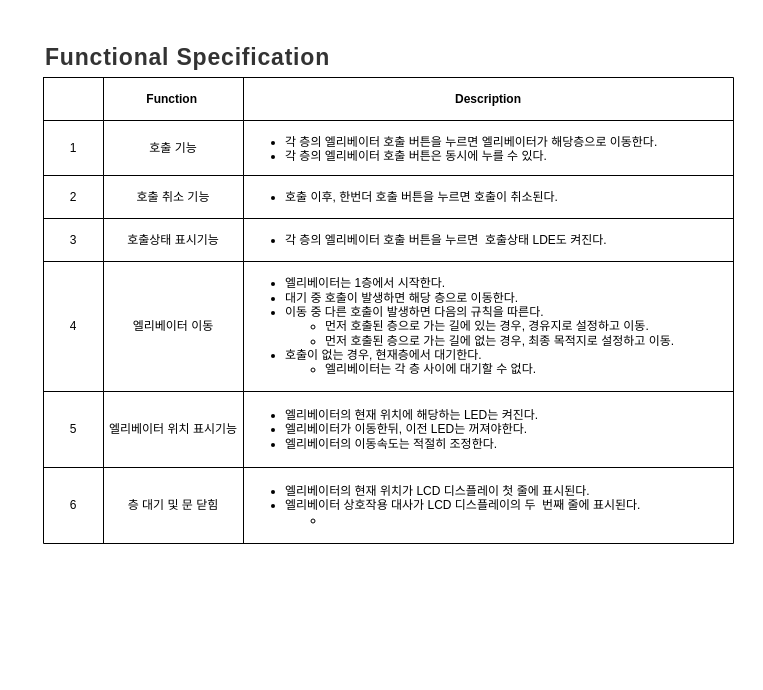
Above: elevatorOneDay.drawio in JangHyeongJun-0523/IoT_Project (draw.io), before the change. Source tidied: cells renumbered, new cells numbered last; positions are measured from the earlier drawing's top-left corner, leaving out a move shared by most shapes. Both pictures are drawn from the tidied source at 100%, with x=0, y=0 at pixel (43, 37).
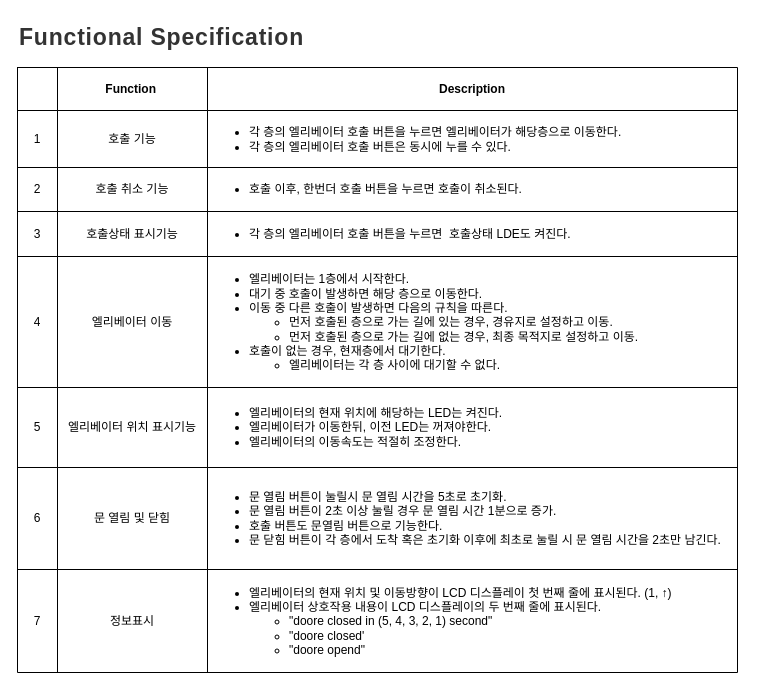
The same diagram, later.

What changed in the source:
```diff
@@
     <mxCell id="2" style="shape=table;startSize=0;childLayout=tableLayout;" parent="1" vertex="1">
-      <mxGeometry y="40" width="690" height="466" as="geometry" />
+      <mxGeometry x="-26" y="30" width="720" height="605" as="geometry" />
     </mxCell>
     <mxCell id="3" style="shape=tableRow;horizontal=0;startSize=0;swimlaneHead=0;swimlaneBody=0;strokeColor=inherit;top=0;left=0;bottom=0;right=0;fillColor=none;" parent="2" vertex="1">
-      <mxGeometry width="690" height="43" as="geometry" />
+      <mxGeometry width="720" height="43" as="geometry" />
     </mxCell>
     <mxCell id="4" style="shape=partialRectangle;html=1;whiteSpace=wrap;strokeColor=inherit;overflow=hidden;fillColor=none;top=0;left=0;bottom=0;right=0;" parent="3" vertex="1">
-      <mxGeometry width="60" height="43" as="geometry" />
+      <mxGeometry width="40" height="43" as="geometry" />
     </mxCell>
     <mxCell id="5" value="&lt;b&gt;Function&lt;span style=&quot;white-space: pre;&quot;&gt;&#9;&lt;/span&gt;&lt;/b&gt;" style="shape=partialRectangle;html=1;whiteSpace=wrap;strokeColor=inherit;overflow=hidden;fillColor=none;top=0;left=0;bottom=0;right=0;" parent="3" vertex="1">
-      <mxGeometry x="60" width="140" height="43" as="geometry" />
+      <mxGeometry x="40" width="150" height="43" as="geometry" />
     </mxCell>
     <mxCell id="6" value="Description" style="shape=partialRectangle;html=1;whiteSpace=wrap;strokeColor=inherit;overflow=hidden;fillColor=none;top=0;left=0;bottom=0;right=0;fontStyle=1;" parent="3" vertex="1">
-      <mxGeometry x="200" width="490" height="43" as="geometry" />
+      <mxGeometry x="190" width="530" height="43" as="geometry" />
     </mxCell>
     <mxCell id="7" style="shape=tableRow;horizontal=0;startSize=0;swimlaneHead=0;swimlaneBody=0;strokeColor=inherit;top=0;left=0;bottom=0;right=0;fillColor=none;" parent="2" vertex="1">
-      <mxGeometry y="43" width="690" height="55" as="geometry" />
+      <mxGeometry y="43" width="720" height="57" as="geometry" />
     </mxCell>
     <mxCell id="8" value="1" style="shape=partialRectangle;html=1;whiteSpace=wrap;strokeColor=inherit;overflow=hidden;fillColor=none;top=0;left=0;bottom=0;right=0;" parent="7" vertex="1">
-      <mxGeometry width="60" height="55" as="geometry" />
+      <mxGeometry width="40" height="57" as="geometry" />
     </mxCell>
     <mxCell id="9" value="호출 기능" style="shape=partialRectangle;html=1;whiteSpace=wrap;strokeColor=inherit;overflow=hidden;fillColor=none;top=0;left=0;bottom=0;right=0;" parent="7" vertex="1">
-      <mxGeometry x="60" width="140" height="55" as="geometry" />
+      <mxGeometry x="40" width="150" height="57" as="geometry" />
     </mxCell>
     <mxCell id="10" value="&lt;ul&gt;&lt;li&gt;각 층의 엘리베이터 호출 버튼을 누르면 엘리베이터가 해당층으로 이동한다.&lt;/li&gt;&lt;li&gt;각 층의 엘리베이터 호출 버튼은 동시에 누를 수 있다.&lt;/li&gt;&lt;/ul&gt;" style="shape=partialRectangle;html=1;whiteSpace=wrap;strokeColor=inherit;overflow=hidden;fillColor=none;top=0;left=0;bottom=0;right=0;align=left;" parent="7" vertex="1">
-      <mxGeometry x="200" width="490" height="55" as="geometry" />
+      <mxGeometry x="190" width="530" height="57" as="geometry" />
     </mxCell>
     <mxCell id="11" style="shape=tableRow;horizontal=0;startSize=0;swimlaneHead=0;swimlaneBody=0;strokeColor=inherit;top=0;left=0;bottom=0;right=0;fillColor=none;" parent="2" vertex="1">
-      <mxGeometry y="98" width="690" height="43" as="geometry" />
+      <mxGeometry y="100" width="720" height="44" as="geometry" />
     </mxCell>
     <mxCell id="12" value="2" style="shape=partialRectangle;html=1;whiteSpace=wrap;strokeColor=inherit;overflow=hidden;fillColor=none;top=0;left=0;bottom=0;right=0;" parent="11" vertex="1">
-      <mxGeometry width="60" height="43" as="geometry" />
+      <mxGeometry width="40" height="44" as="geometry" />
     </mxCell>
     <mxCell id="13" value="호출 취소 기능" style="shape=partialRectangle;html=1;whiteSpace=wrap;strokeColor=inherit;overflow=hidden;fillColor=none;top=0;left=0;bottom=0;right=0;" parent="11" vertex="1">
-      <mxGeometry x="60" width="140" height="43" as="geometry" />
+      <mxGeometry x="40" width="150" height="44" as="geometry" />
     </mxCell>
     <mxCell id="14" value="&lt;ul&gt;&lt;li&gt;호출 이후, 한번더 호출 버튼을 누르면 호출이 취소된다.&lt;/li&gt;&lt;/ul&gt;" style="shape=partialRectangle;html=1;whiteSpace=wrap;strokeColor=inherit;overflow=hidden;fillColor=none;top=0;left=0;bottom=0;right=0;align=left;" parent="11" vertex="1">
-      <mxGeometry x="200" width="490" height="43" as="geometry" />
+      <mxGeometry x="190" width="530" height="44" as="geometry" />
     </mxCell>
     <mxCell id="15" style="shape=tableRow;horizontal=0;startSize=0;swimlaneHead=0;swimlaneBody=0;strokeColor=inherit;top=0;left=0;bottom=0;right=0;fillColor=none;" parent="2" vertex="1">
-      <mxGeometry y="141" width="690" height="43" as="geometry" />
+      <mxGeometry y="144" width="720" height="45" as="geometry" />
     </mxCell>
     <mxCell id="16" value="3" style="shape=partialRectangle;html=1;whiteSpace=wrap;strokeColor=inherit;overflow=hidden;fillColor=none;top=0;left=0;bottom=0;right=0;" parent="15" vertex="1">
-      <mxGeometry width="60" height="43" as="geometry" />
+      <mxGeometry width="40" height="45" as="geometry" />
     </mxCell>
     <mxCell id="17" value="호출상태 표시기능" style="shape=partialRectangle;html=1;whiteSpace=wrap;strokeColor=inherit;overflow=hidden;fillColor=none;top=0;left=0;bottom=0;right=0;" parent="15" vertex="1">
-      <mxGeometry x="60" width="140" height="43" as="geometry" />
+      <mxGeometry x="40" width="150" height="45" as="geometry" />
     </mxCell>
     <mxCell id="18" value="&lt;ul&gt;&lt;li&gt;각 층의 엘리베이터 호출 버튼을 누르면&amp;nbsp; 호출상태 LDE도 켜진다.&lt;/li&gt;&lt;/ul&gt;" style="shape=partialRectangle;html=1;whiteSpace=wrap;strokeColor=inherit;overflow=hidden;fillColor=none;top=0;left=0;bottom=0;right=0;align=left;" parent="15" vertex="1">
-      <mxGeometry x="200" width="490" height="43" as="geometry" />
+      <mxGeometry x="190" width="530" height="45" as="geometry" />
     </mxCell>
     <mxCell id="19" style="shape=tableRow;horizontal=0;startSize=0;swimlaneHead=0;swimlaneBody=0;strokeColor=inherit;top=0;left=0;bottom=0;right=0;fillColor=none;" parent="2" vertex="1">
-      <mxGeometry y="184" width="690" height="130" as="geometry" />
+      <mxGeometry y="189" width="720" height="131" as="geometry" />
     </mxCell>
     <mxCell id="20" value="4" style="shape=partialRectangle;html=1;whiteSpace=wrap;strokeColor=inherit;overflow=hidden;fillColor=none;top=0;left=0;bottom=0;right=0;" parent="19" vertex="1">
-      <mxGeometry width="60" height="130" as="geometry" />
+      <mxGeometry width="40" height="131" as="geometry" />
     </mxCell>
     <mxCell id="21" value="엘리베이터 이동" style="shape=partialRectangle;html=1;whiteSpace=wrap;strokeColor=inherit;overflow=hidden;fillColor=none;top=0;left=0;bottom=0;right=0;" parent="19" vertex="1">
-      <mxGeometry x="60" width="140" height="130" as="geometry" />
+      <mxGeometry x="40" width="150" height="131" as="geometry" />
     </mxCell>
     <mxCell id="22" value="&lt;ul&gt;&lt;li&gt;엘리베이터는 1층에서 시작한다.&lt;/li&gt;&lt;li&gt;대기 중 호출이 발생하면 해당 층으로 이동한다.&lt;/li&gt;&lt;li&gt;이동 중 다른 호출이 발생하면 다음의 규칙을 따른다.&lt;/li&gt;&lt;ul&gt;&lt;li&gt;먼저 호출된 층으로 가는 길에 있는 경우, 경유지로 설정하고 이동.&lt;/li&gt;&lt;li&gt;먼저 호출된 층으로 가는 길에 없는 경우, 최종 목적지로 설정하고 이동.&lt;/li&gt;&lt;/ul&gt;&lt;li&gt;호출이 없는 경우, 현재층에서 대기한다.&lt;/li&gt;&lt;ul&gt;&lt;li&gt;엘리베이터는 각 층 사이에 대기할 수 없다.&lt;/li&gt;&lt;/ul&gt;&lt;/ul&gt;" style="shape=partialRectangle;html=1;whiteSpace=wrap;strokeColor=inherit;overflow=hidden;fillColor=none;top=0;left=0;bottom=0;right=0;align=left;" parent="19" vertex="1">
-      <mxGeometry x="200" width="490" height="130" as="geometry" />
+      <mxGeometry x="190" width="530" height="131" as="geometry" />
     </mxCell>
     <mxCell id="23" style="shape=tableRow;horizontal=0;startSize=0;swimlaneHead=0;swimlaneBody=0;strokeColor=inherit;top=0;left=0;bottom=0;right=0;fillColor=none;" parent="2" vertex="1">
-      <mxGeometry y="314" width="690" height="76" as="geometry" />
+      <mxGeometry y="320" width="720" height="80" as="geometry" />
     </mxCell>
     <mxCell id="24" value="5" style="shape=partialRectangle;html=1;whiteSpace=wrap;strokeColor=inherit;overflow=hidden;fillColor=none;top=0;left=0;bottom=0;right=0;" parent="23" vertex="1">
-      <mxGeometry width="60" height="76" as="geometry" />
+      <mxGeometry width="40" height="80" as="geometry" />
     </mxCell>
     <mxCell id="25" value="엘리베이터 위치 표시기능" style="shape=partialRectangle;html=1;whiteSpace=wrap;strokeColor=inherit;overflow=hidden;fillColor=none;top=0;left=0;bottom=0;right=0;" parent="23" vertex="1">
-      <mxGeometry x="60" width="140" height="76" as="geometry" />
+      <mxGeometry x="40" width="150" height="80" as="geometry" />
     </mxCell>
     <mxCell id="26" value="&lt;ul&gt;&lt;li&gt;엘리베이터의 현재 위치에 해당하는 LED는 켜진다.&lt;/li&gt;&lt;li&gt;엘리베이터가 이동한뒤, 이전 LED는 꺼져야한다.&lt;/li&gt;&lt;li&gt;엘리베이터의 이동속도는 적절히 조정한다.&lt;br&gt;&lt;/li&gt;&lt;/ul&gt;" style="shape=partialRectangle;html=1;whiteSpace=wrap;strokeColor=inherit;overflow=hidden;fillColor=none;top=0;left=0;bottom=0;right=0;align=left;" parent="23" vertex="1">
-      <mxGeometry x="200" width="490" height="76" as="geometry" />
+      <mxGeometry x="190" width="530" height="80" as="geometry" />
     </mxCell>
+    <mxCell id="32" style="shape=tableRow;horizontal=0;startSize=0;swimlaneHead=0;swimlaneBody=0;strokeColor=inherit;top=0;left=0;bottom=0;right=0;fillColor=none;" parent="2" vertex="1">
+      <mxGeometry y="400" width="720" height="102" as="geometry" />
+    </mxCell>
+    <mxCell id="33" value="6" style="shape=partialRectangle;html=1;whiteSpace=wrap;strokeColor=inherit;overflow=hidden;fillColor=none;top=0;left=0;bottom=0;right=0;" parent="32" vertex="1">
+      <mxGeometry width="40" height="102" as="geometry" />
+    </mxCell>
+    <mxCell id="34" value="문 열림 및 닫힘" style="shape=partialRectangle;html=1;whiteSpace=wrap;strokeColor=inherit;overflow=hidden;fillColor=none;top=0;left=0;bottom=0;right=0;" parent="32" vertex="1">
+      <mxGeometry x="40" width="150" height="102" as="geometry" />
+    </mxCell>
+    <mxCell id="35" value="&lt;ul&gt;&lt;li&gt;문 열림 버튼이 눌릴시 문 열림 시간을 5초로 초기화.&lt;/li&gt;&lt;li&gt;문 열림 버튼이 2초 이상 눌릴 경우 문 열림 시간 1분으로 증가.&lt;/li&gt;&lt;li&gt;호출 버튼도 문열림 버튼으로 기능한다.&lt;/li&gt;&lt;li&gt;문 닫힘 버튼이 각 층에서 도착 혹은 초기화 이후에 최초로 눌릴 시 문 열림 시간을 2초만 남긴다.&amp;nbsp;&lt;/li&gt;&lt;/ul&gt;" style="shape=partialRectangle;html=1;whiteSpace=wrap;strokeColor=inherit;overflow=hidden;fillColor=none;top=0;left=0;bottom=0;right=0;align=left;" parent="32" vertex="1">
+      <mxGeometry x="190" width="530" height="102" as="geometry" />
+    </mxCell>
     <mxCell id="27" style="shape=tableRow;horizontal=0;startSize=0;swimlaneHead=0;swimlaneBody=0;strokeColor=inherit;top=0;left=0;bottom=0;right=0;fillColor=none;" parent="2" vertex="1">
-      <mxGeometry y="390" width="690" height="76" as="geometry" />
+      <mxGeometry y="502" width="720" height="103" as="geometry" />
     </mxCell>
-    <mxCell id="28" value="6" style="shape=partialRectangle;html=1;whiteSpace=wrap;strokeColor=inherit;overflow=hidden;fillColor=none;top=0;left=0;bottom=0;right=0;" parent="27" vertex="1">
-      <mxGeometry width="60" height="76" as="geometry" />
+    <mxCell id="28" value="7" style="shape=partialRectangle;html=1;whiteSpace=wrap;strokeColor=inherit;overflow=hidden;fillColor=none;top=0;left=0;bottom=0;right=0;" parent="27" vertex="1">
+      <mxGeometry width="40" height="103" as="geometry" />
     </mxCell>
-    <mxCell id="29" value="층 대기 및 문 닫힘" style="shape=partialRectangle;html=1;whiteSpace=wrap;strokeColor=inherit;overflow=hidden;fillColor=none;top=0;left=0;bottom=0;right=0;" parent="27" vertex="1">
-      <mxGeometry x="60" width="140" height="76" as="geometry" />
+    <mxCell id="29" value="정보표시" style="shape=partialRectangle;html=1;whiteSpace=wrap;strokeColor=inherit;overflow=hidden;fillColor=none;top=0;left=0;bottom=0;right=0;" parent="27" vertex="1">
+      <mxGeometry x="40" width="150" height="103" as="geometry" />
     </mxCell>
-    <mxCell id="30" value="&lt;ul&gt;&lt;li&gt;엘리베이터의 현재 위치가 LCD 디스플레이 첫 줄에 표시된다.&lt;/li&gt;&lt;li&gt;엘리베이터 상호작용 대사가 LCD 디스플레이의 두&amp;nbsp; 번째 줄에 표시된다.&lt;/li&gt;&lt;ul&gt;&lt;li&gt;&lt;br&gt;&lt;/li&gt;&lt;/ul&gt;&lt;/ul&gt;" style="shape=partialRectangle;html=1;whiteSpace=wrap;strokeColor=inherit;overflow=hidden;fillColor=none;top=0;left=0;bottom=0;right=0;align=left;" parent="27" vertex="1">
-      <mxGeometry x="200" width="490" height="76" as="geometry" />
+    <mxCell id="30" value="&lt;ul&gt;&lt;li&gt;엘리베이터의 현재 위치 및 이동방향이 LCD 디스플레이 첫 번째 줄에 표시된다. (1,&amp;nbsp;↑)&lt;/li&gt;&lt;li&gt;엘리베이터 상호작용 내용이 LCD 디스플레이의 두 번째 줄에 표시된다.&lt;/li&gt;&lt;ul&gt;&lt;li&gt;&quot;doore closed in (5, 4, 3, 2, 1) second&quot;&lt;/li&gt;&lt;li&gt;&quot;doore closed'&lt;/li&gt;&lt;li&gt;&quot;doore opend&quot;&lt;/li&gt;&lt;/ul&gt;&lt;/ul&gt;" style="shape=partialRectangle;html=1;whiteSpace=wrap;strokeColor=inherit;overflow=hidden;fillColor=none;top=0;left=0;bottom=0;right=0;align=left;" parent="27" vertex="1">
+      <mxGeometry x="190" width="530" height="103" as="geometry" />
     </mxCell>
     <mxCell id="31" value="&lt;h3 class=&quot;wrap_item item_type_text&quot; data-app=&quot;{&amp;quot;type&amp;quot;:&amp;quot;text&amp;quot;,&amp;quot;data&amp;quot;:[{&amp;quot;type&amp;quot;:&amp;quot;text&amp;quot;,&amp;quot;data&amp;quot;:[{&amp;quot;type&amp;quot;:&amp;quot;text&amp;quot;,&amp;quot;text&amp;quot;:&amp;quot;4. Functional Specification(기능명세서)&amp;quot;}],&amp;quot;styleType&amp;quot;:&amp;quot;bold&amp;quot;}],&amp;quot;size&amp;quot;:&amp;quot;h3&amp;quot;}&quot; style=&quot;-webkit-font-smoothing: antialiased; backface-visibility: hidden; font-family: &amp;quot;Noto Sans DemiLight&amp;quot;, &amp;quot;Malgun Gothic&amp;quot;, sans-serif; margin: 2px auto 0px; padding: 0px; text-rendering: inherit; font-weight: normal; width: 700px; letter-spacing: 0.8px; line-height: 21.5pt; color: rgb(51, 51, 51);&quot;&gt;&lt;span style=&quot;font-weight: 700;&quot;&gt;&lt;font style=&quot;font-size: 23px;&quot;&gt;Functional Specification&lt;/font&gt;&lt;/span&gt;&lt;/h3&gt;" style="text;html=1;align=left;verticalAlign=middle;whiteSpace=wrap;rounded=0;" parent="1" vertex="1">
-      <mxGeometry width="270" height="40" as="geometry" />
+      <mxGeometry x="-26" y="-20" width="270" height="40" as="geometry" />
     </mxCell>
```
